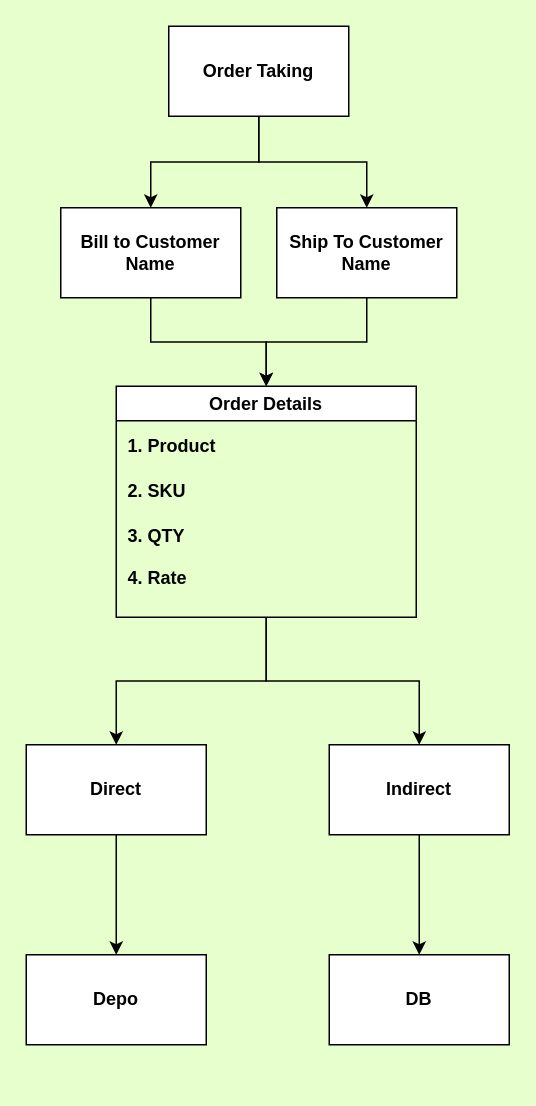
SBOSE550/Customer-Visit-Data-Collection-Form keeps this draw.io diagram as page "Order Taking" (4 of 4) of customer visit workflow.drawio. Above is the earlier version. Source tidied: cells renumbered, new cells numbered last; positions are measured from the earlier drawing's top-left corner, leaving out a move shared by most shapes. Both pictures are drawn from the tidied source at 150%, with x=0, y=0 at pixel (26, 26).
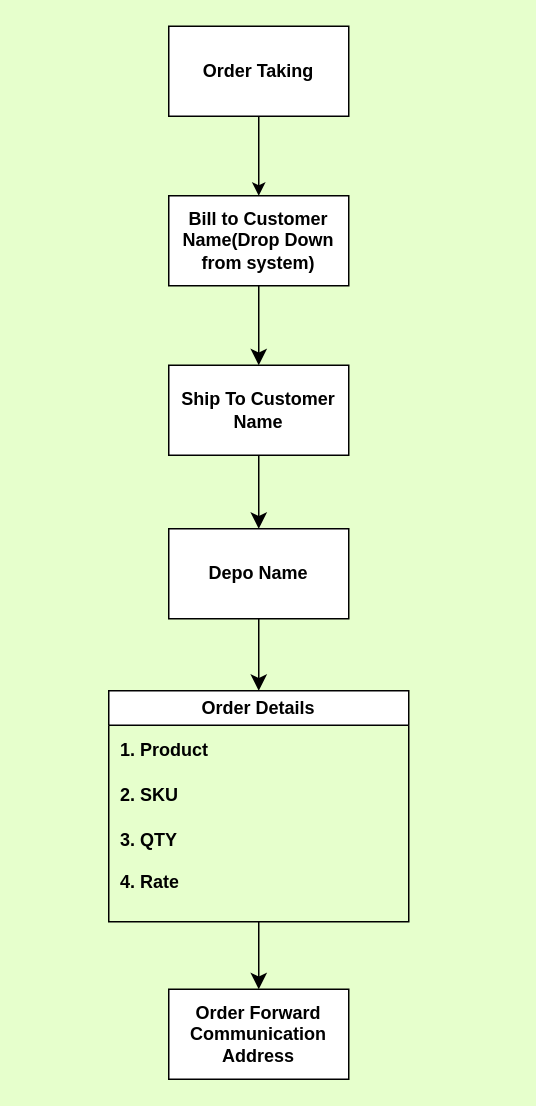
The same diagram, later.

Unchanged cells that the change refers to:
```xml
<mxCell id="4" value="Order Taking" style="rounded=0;whiteSpace=wrap;html=1;fontStyle=1;" parent="1" vertex="1">
  <mxGeometry x="95" width="120" height="60" as="geometry" />
</mxCell>
```

Change to the diagram source:
```diff
@@
-    <mxCell id="3" style="edgeStyle=orthogonalEdgeStyle;rounded=0;jettySize=auto;html=1;entryX=0.5;entryY=0;entryDx=0;entryDy=0;fontStyle=1;" parent="1" edge="1" source="4" target="19">
-      <mxGeometry relative="1" as="geometry" />
-    </mxCell>
@@
-    <mxCell id="5" style="edgeStyle=orthogonalEdgeStyle;rounded=0;jettySize=auto;html=1;fontStyle=1;" parent="1" edge="1" source="6" target="13">
-      <mxGeometry relative="1" as="geometry" />
-    </mxCell>
+    <mxCell id="22" style="edgeStyle=none;curved=1;rounded=0;jettySize=auto;html=1;entryX=0.5;entryY=0;entryDx=0;entryDy=0;fontSize=12;startSize=8;endSize=8;" parent="1" edge="1" source="6" target="19">
+      <mxGeometry relative="1" as="geometry" />
+    </mxCell>
-    <mxCell id="6" value="Bill to Customer Name" style="rounded=0;whiteSpace=wrap;html=1;fontStyle=1;" parent="1" vertex="1">
-      <mxGeometry x="23" y="121" width="120" height="60" as="geometry" />
+    <mxCell id="6" value="Bill to Customer Name(Drop Down from system)" style="rounded=0;whiteSpace=wrap;html=1;fontStyle=1;" parent="1" vertex="1">
+      <mxGeometry x="95" y="113" width="120" height="60" as="geometry" />
     </mxCell>
-    <mxCell id="7" style="edgeStyle=orthogonalEdgeStyle;rounded=0;jettySize=auto;html=1;fontStyle=1;" parent="1" edge="1" source="8" target="20">
-      <mxGeometry relative="1" as="geometry" />
-    </mxCell>
-    <mxCell id="8" value="Direct" style="rounded=0;whiteSpace=wrap;html=1;fontStyle=1;" parent="1" vertex="1">
-      <mxGeometry y="479" width="120" height="60" as="geometry" />
-    </mxCell>
-    <mxCell id="9" style="edgeStyle=orthogonalEdgeStyle;rounded=0;jettySize=auto;html=1;fontStyle=1;" parent="1" edge="1" source="10" target="21">
-      <mxGeometry relative="1" as="geometry" />
-    </mxCell>
-    <mxCell id="10" value="Indirect" style="rounded=0;whiteSpace=wrap;html=1;fontStyle=1;" parent="1" vertex="1">
-      <mxGeometry x="202" y="479" width="120" height="60" as="geometry" />
-    </mxCell>
-    <mxCell id="11" style="edgeStyle=orthogonalEdgeStyle;rounded=0;jettySize=auto;html=1;entryX=0.5;entryY=0;entryDx=0;entryDy=0;fontStyle=1;" parent="1" edge="1" source="13" target="8">
-      <mxGeometry relative="1" as="geometry" />
-    </mxCell>
-    <mxCell id="12" style="edgeStyle=orthogonalEdgeStyle;rounded=0;jettySize=auto;html=1;fontStyle=1;" parent="1" edge="1" source="13" target="10">
-      <mxGeometry relative="1" as="geometry" />
-    </mxCell>
+    <mxCell id="23" style="edgeStyle=none;curved=1;rounded=0;jettySize=auto;html=1;fontSize=12;startSize=8;endSize=8;" parent="1" edge="1" source="13" target="27">
+      <mxGeometry relative="1" as="geometry" />
+    </mxCell>
     <mxCell id="13" value="Order Details" style="swimlane;whiteSpace=wrap;html=1;fontStyle=1;startSize=23;" parent="1" vertex="1">
-      <mxGeometry x="60" y="240" width="200" height="154" as="geometry" />
+      <mxGeometry x="55" y="443" width="200" height="154" as="geometry" />
     </mxCell>
@@
-    <mxCell id="18" style="edgeStyle=orthogonalEdgeStyle;rounded=0;jettySize=auto;html=1;entryX=0.5;entryY=0;entryDx=0;entryDy=0;fontStyle=1;" parent="1" edge="1" source="19" target="13">
-      <mxGeometry relative="1" as="geometry" />
-    </mxCell>
+    <mxCell id="24" style="edgeStyle=none;curved=1;rounded=0;jettySize=auto;html=1;entryX=0.5;entryY=0;entryDx=0;entryDy=0;fontSize=12;startSize=8;endSize=8;" parent="1" edge="1" source="19" target="20">
+      <mxGeometry relative="1" as="geometry" />
+    </mxCell>
     <mxCell id="19" value="Ship To Customer Name" style="whiteSpace=wrap;html=1;fontStyle=1;startSize=23;" parent="1" vertex="1">
-      <mxGeometry x="167" y="121" width="120" height="60" as="geometry" />
+      <mxGeometry x="95" y="226" width="120" height="60" as="geometry" />
     </mxCell>
+    <mxCell id="25" style="edgeStyle=none;curved=1;rounded=0;jettySize=auto;html=1;fontSize=12;startSize=8;endSize=8;" parent="1" edge="1" source="20" target="13">
+      <mxGeometry relative="1" as="geometry" />
+    </mxCell>
-    <mxCell id="20" value="Depo" style="rounded=0;whiteSpace=wrap;html=1;fontStyle=1;" parent="1" vertex="1">
-      <mxGeometry y="619" width="120" height="60" as="geometry" />
+    <mxCell id="20" value="Depo Name" style="rounded=0;whiteSpace=wrap;html=1;fontStyle=1;" parent="1" vertex="1">
+      <mxGeometry x="95" y="335" width="120" height="60" as="geometry" />
     </mxCell>
-    <mxCell id="21" value="DB" style="rounded=0;whiteSpace=wrap;html=1;fontStyle=1;" parent="1" vertex="1">
-      <mxGeometry x="202" y="619" width="120" height="60" as="geometry" />
-    </mxCell>
+    <mxCell id="26" style="edgeStyle=none;curved=1;rounded=0;orthogonalLoop=1;jettySize=auto;html=1;exitX=0.5;exitY=0;exitDx=0;exitDy=0;fontSize=12;startSize=8;endSize=8;" parent="1" edge="1" source="13" target="13">
+      <mxGeometry relative="1" as="geometry" />
+    </mxCell>
+    <mxCell id="27" value="Order Forward Communication Address" style="whiteSpace=wrap;html=1;fontStyle=1;startSize=23;" parent="1" vertex="1">
+      <mxGeometry x="95" y="642" width="120" height="60" as="geometry" />
+    </mxCell>
```
